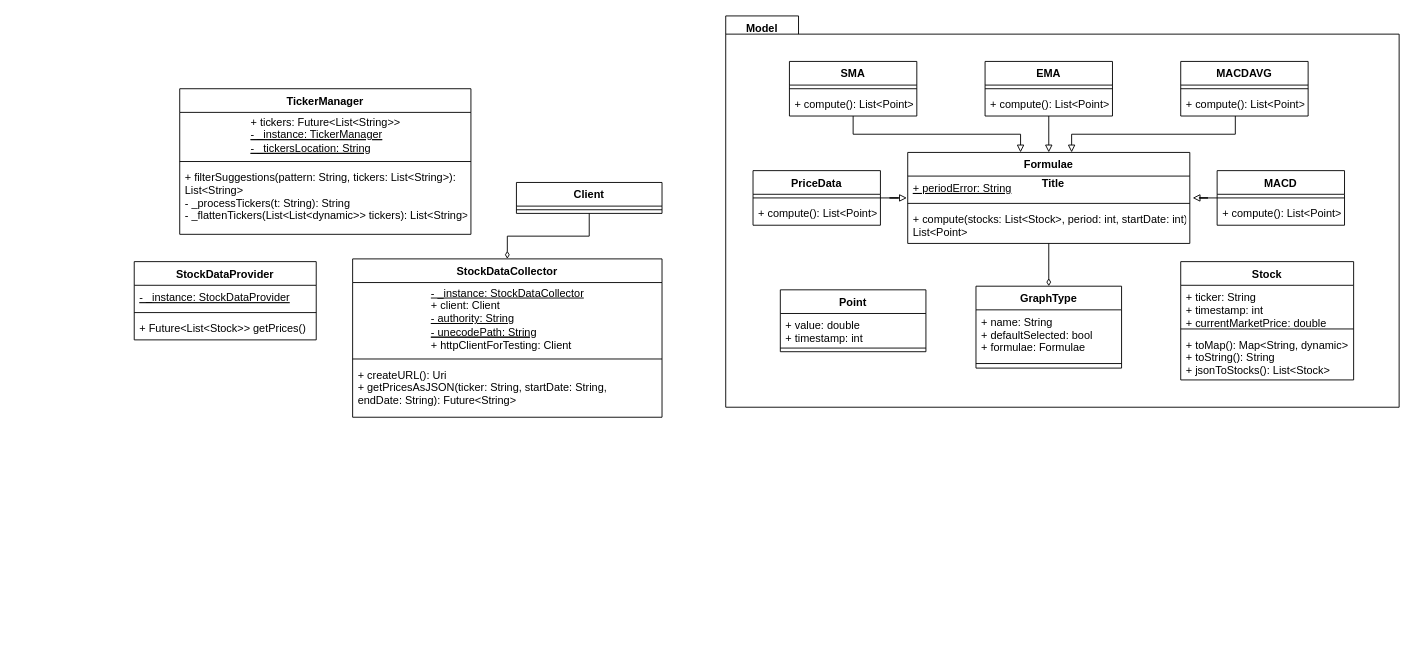
This is diagrams/ClassDiagram.drawio from TudorMaxim/FinancialSystemsCoursework, a draw.io file, before an edit. Source tidied: cells renumbered, new cells numbered last; positions are measured from the earlier drawing's top-left corner, leaving out a move shared by most shapes. Both pictures are drawn from the tidied source at 91%, with x=0, y=0 at pixel (134, 15).
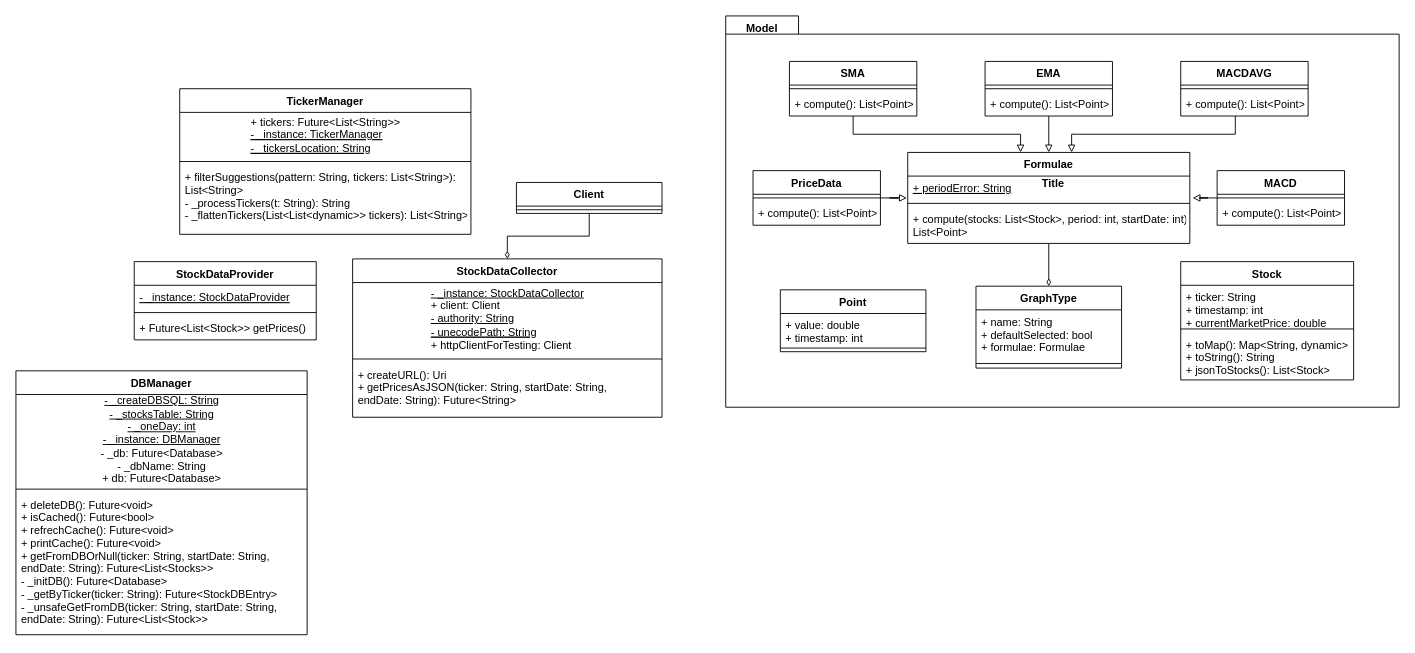
The same page after the edit.

Commit message:
DBManager class added

Diff of the diagram source:
```diff
@@
+    <mxCell id="55" value="DBManager" style="swimlane;fontStyle=1;align=center;verticalAlign=top;horizontal=1;startSize=26;" parent="1" vertex="1">
+      <mxGeometry x="-130" y="390" width="320" height="290" as="geometry" />
+    </mxCell>
+    <mxCell id="56" value="&lt;u&gt;- _createDBSQL: String&lt;br&gt;- _stocksTable: String&lt;br&gt;- _oneDay: int&lt;br&gt;- _instance: DBManager&lt;br&gt;&lt;/u&gt;- _db: Future&amp;lt;Database&amp;gt;&lt;br&gt;- _dbName: String&lt;br&gt;+ db: Future&amp;lt;Database&amp;gt;" style="text;html=1;align=center;verticalAlign=middle;" parent="55" vertex="1">
+      <mxGeometry y="26" width="320" height="100" as="geometry" />
+    </mxCell>
+    <mxCell id="57" style="line;strokeWidth=1;fillColor=none;align=left;verticalAlign=middle;spacingTop=-1;spacingLeft=3;spacingRight=3;labelPosition=right;" parent="55" vertex="1">
+      <mxGeometry y="126" width="320" height="8" as="geometry" />
+    </mxCell>
+    <mxCell id="58" value="+ deleteDB(): Future&lt;void&gt;&#10;+ isCached(): Future&lt;bool&gt;&#10;+ refrechCache(): Future&lt;void&gt;&#10;+ printCache(): Future&lt;void&gt;&#10;+ getFromDBOrNull(ticker: String, startDate: String, &#10;endDate: String): Future&lt;List&lt;Stocks&gt;&gt;&#10;- _initDB(): Future&lt;Database&gt;&#10;- _getByTicker(ticker: String): Future&lt;StockDBEntry&gt;&#10;- _unsafeGetFromDB(ticker: String, startDate: String, &#10;endDate: String): Future&lt;List&lt;Stock&gt;&gt; " style="text;strokeColor=none;fillColor=none;align=left;verticalAlign=top;spacingLeft=4;spacingRight=4;overflow=hidden;" parent="55" vertex="1">
+      <mxGeometry y="134" width="320" height="156" as="geometry" />
+    </mxCell>
```
